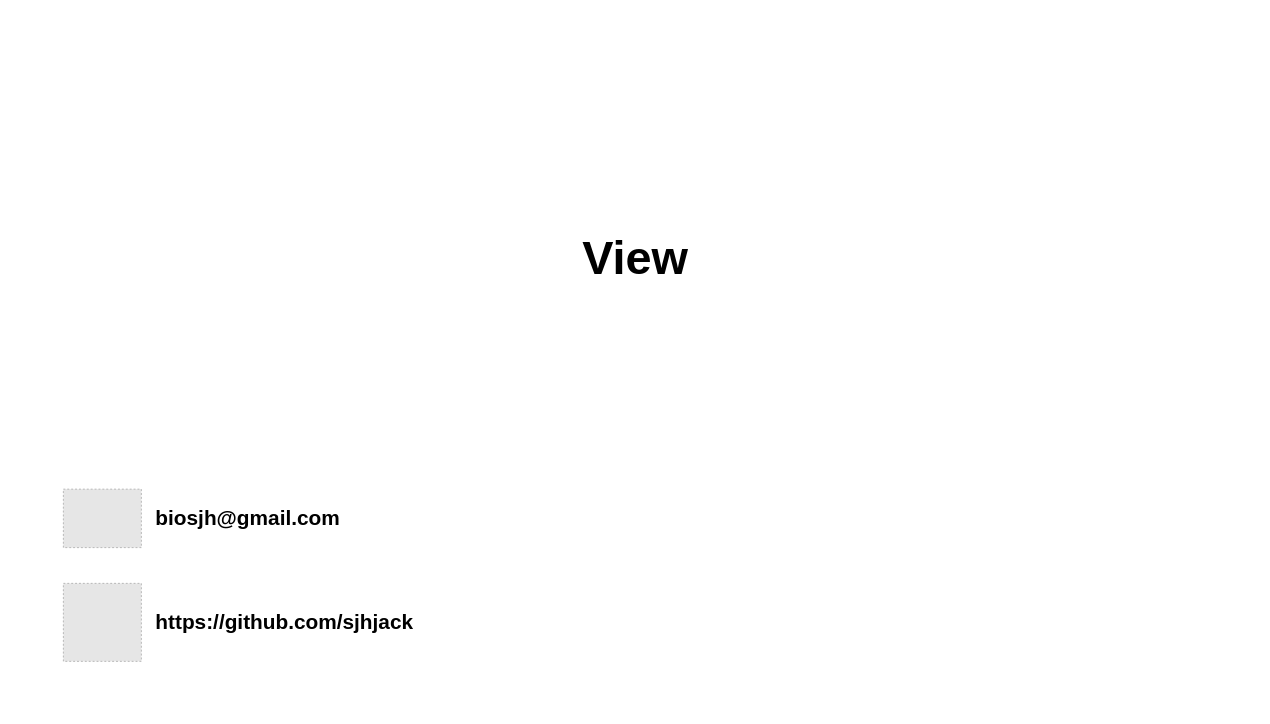
This is page "송정훈" (3 of 4) of 썸네일.drawio from Study-Diary/Computer-Science, a draw.io file, before an edit. Source tidied: cells renumbered, new cells numbered last; positions are measured from the earlier drawing's top-left corner, leaving out a move shared by most shapes. Both pictures are drawn from the tidied source at 65%, with x=0, y=0 at pixel (11, 11). Pictures stored in the file or linked from it are replaced by grey dashed boxes.
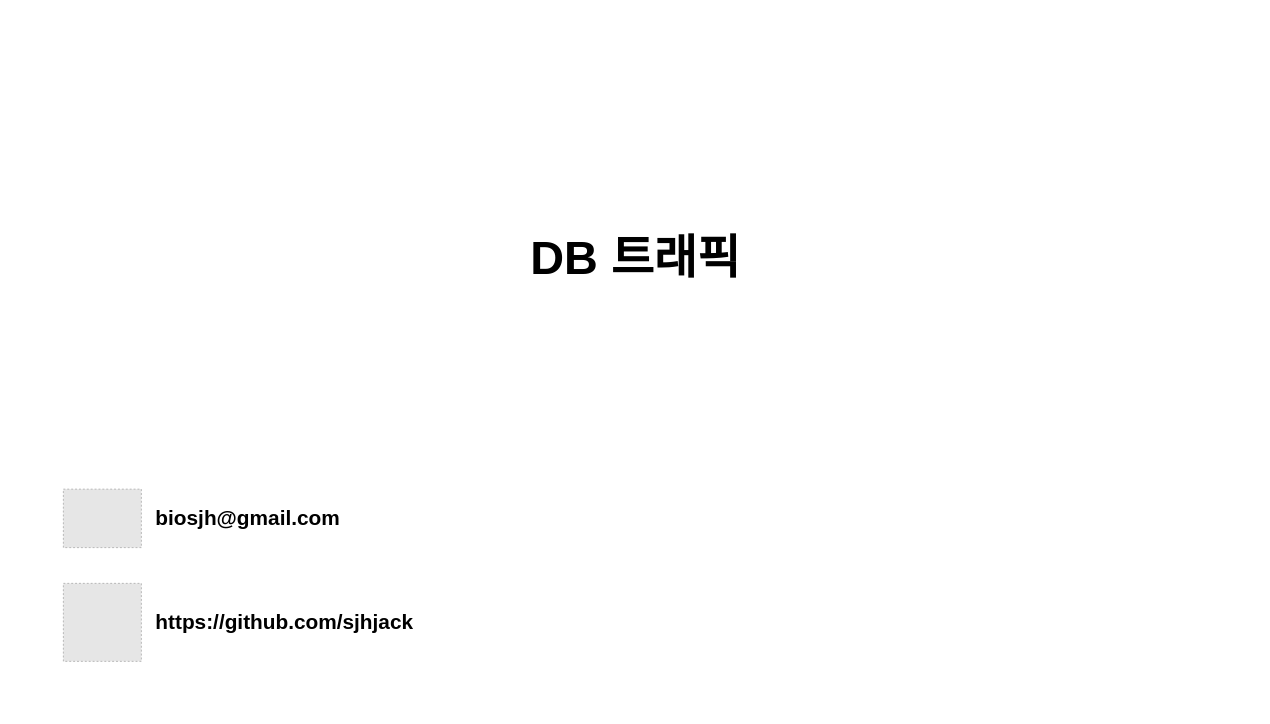
After the change.

What changed in the source:
```diff
@@
 <mxGraphModel>
   <root>
     <mxCell id="0" />
     <mxCell id="1" parent="0" />
     <mxCell id="2" style="rounded=0;whiteSpace=wrap;html=1;fillColor=#FFFFFF;strokeColor=none;" parent="1" vertex="1">
       <mxGeometry width="1920" height="1080" as="geometry" />
     </mxCell>
     <mxCell id="3" style="group;" parent="1" vertex="1">
       <mxGeometry x="80" y="720" width="120" height="120" as="geometry" />
     </mxCell>
     <mxCell id="4" style="fillColor=#E6E6E6;strokeColor=#999999;dashed=1;verticalLabelPosition=bottom;labelBackgroundColor=default;verticalAlign=top;" parent="3" vertex="1">
       <mxGeometry y="15" width="120" height="90" as="geometry" />
     </mxCell>
     <mxCell id="5" style="rounded=0;whiteSpace=wrap;html=1;fillColor=none;strokeColor=none;" parent="3" vertex="1">
       <mxGeometry width="120" height="120" as="geometry" />
     </mxCell>
     <mxCell id="6" style="fillColor=#E6E6E6;strokeColor=#999999;dashed=1;verticalLabelPosition=bottom;labelBackgroundColor=default;verticalAlign=top;" parent="1" vertex="1">
       <mxGeometry x="80" y="880" width="120" height="120" as="geometry" />
     </mxCell>
     <mxCell id="7" value="biosjh@gmail.com" style="text;html=1;align=left;verticalAlign=middle;whiteSpace=wrap;rounded=0;fontSize=32;fontColor=#000000;fontStyle=1;" parent="1" vertex="1">
       <mxGeometry x="220" y="740" width="500" height="80" as="geometry" />
     </mxCell>
     <mxCell id="8" value="https://github.com/sjhjack" style="text;html=1;align=left;verticalAlign=middle;whiteSpace=wrap;rounded=0;fontSize=32;fontColor=#000000;fontStyle=1;" parent="1" vertex="1">
       <mxGeometry x="220" y="900" width="500" height="80" as="geometry" />
     </mxCell>
-    <mxCell id="9" value="View" style="text;html=1;align=center;verticalAlign=middle;whiteSpace=wrap;rounded=0;fontSize=72;fontFamily=Pretendard;fontColor=#000000;fontStyle=1;" parent="1" vertex="1">
+    <mxCell id="9" value="DB 트래픽" style="text;html=1;align=center;verticalAlign=middle;whiteSpace=wrap;rounded=0;fontSize=72;fontFamily=Pretendard;fontColor=#000000;fontStyle=1;" parent="1" vertex="1">
       <mxGeometry x="200" y="320" width="1520" height="120" as="geometry" />
     </mxCell>
   </root>
 </mxGraphModel>
```
